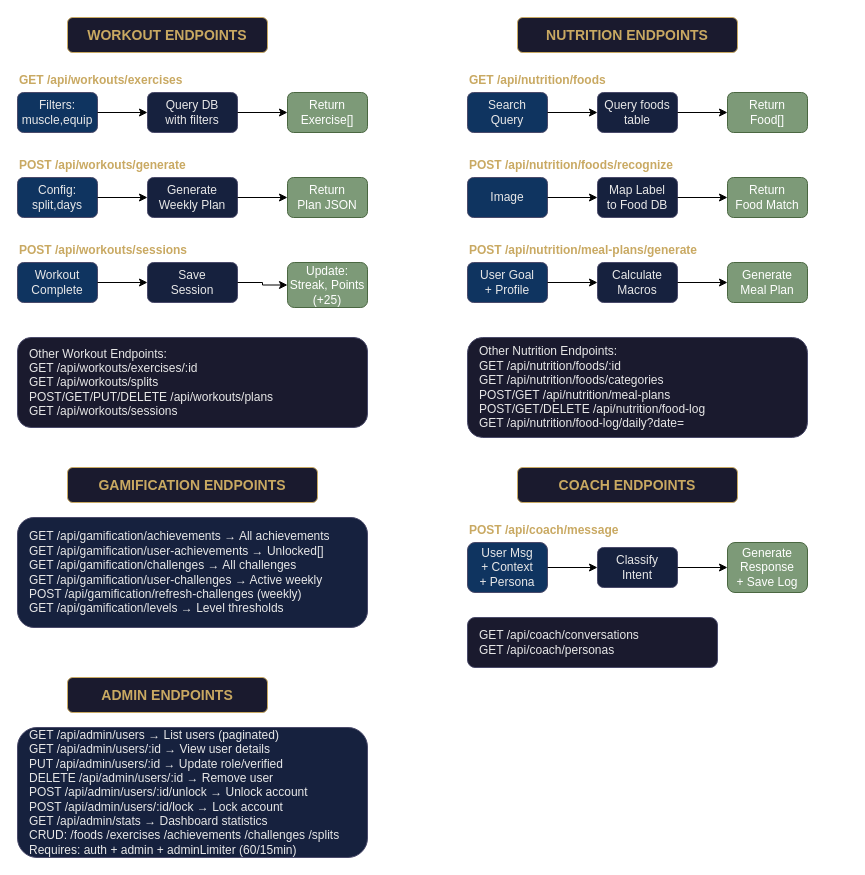
This is page "API - Workout Nutrition Coach Admin" (5 of 8) of BackEnd.drawio from Karlos-Karlos/Fix-it, a draw.io file, before an edit. Source tidied: cells renumbered, new cells numbered last; positions are measured from the earlier drawing's top-left corner, leaving out a move shared by most shapes. Both pictures are drawn from the tidied source at 100%, with x=0, y=0 at pixel (17, 17).
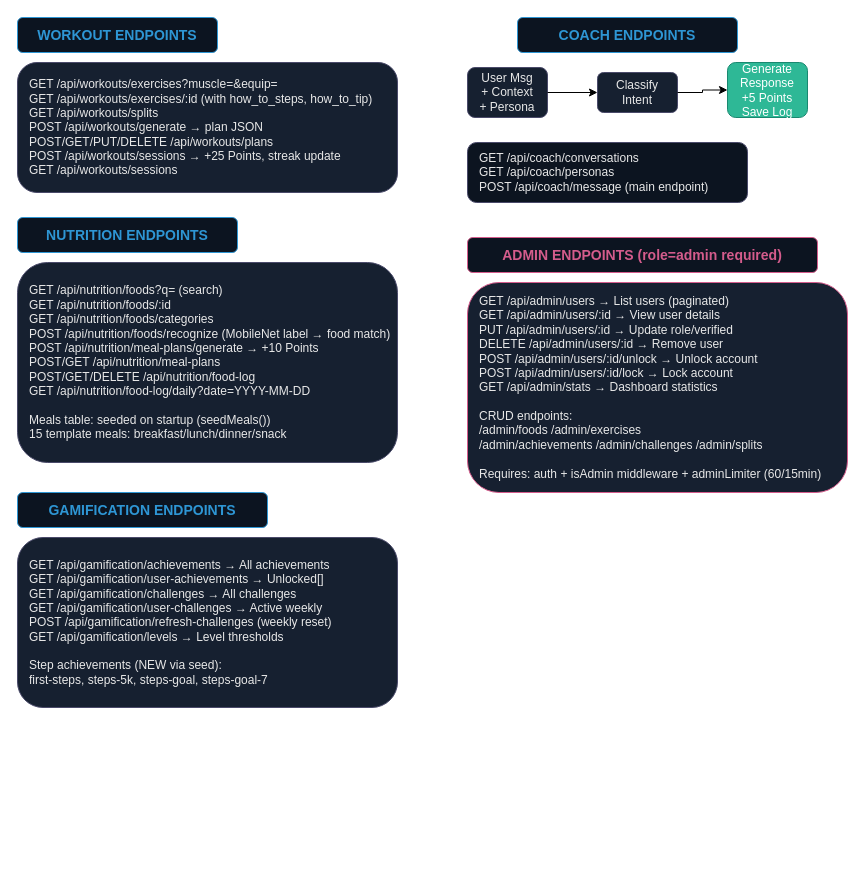
After the change.

Commit message (it also covers changes not shown here):
update FrontEnd.drawio and BackEnd.drawio to match current implementation

Change to the diagram source:
```diff
@@
-    <mxCell id="2" value="WORKOUT ENDPOINTS" style="rounded=1;whiteSpace=wrap;html=1;fontSize=14;fontStyle=1;fillColor=#1a1a2e;strokeColor=#c9a962;fontColor=#c9a962;" parent="1" vertex="1">
-      <mxGeometry x="50" width="200" height="35" as="geometry" />
+    <mxCell id="2" value="WORKOUT ENDPOINTS" style="rounded=1;whiteSpace=wrap;html=1;fontSize=14;fontStyle=1;fillColor=#0C1420;strokeColor=#2E96D4;fontColor=#2E96D4;" parent="1" vertex="1">
+      <mxGeometry width="200" height="35" as="geometry" />
     </mxCell>
-    <mxCell id="3" value="GET /api/workouts/exercises" style="text;html=1;strokeColor=none;fillColor=none;align=left;verticalAlign=middle;fontStyle=1;fontColor=#c9a962;" parent="1" vertex="1">
-      <mxGeometry y="50" width="200" height="25" as="geometry" />
-    </mxCell>
-    <mxCell id="4" value="Filters:&#10;muscle,equip" style="rounded=1;whiteSpace=wrap;html=1;fillColor=#0f3460;strokeColor=#4a4a6a;fontColor=#e8e8e8;" parent="1" vertex="1">
-      <mxGeometry y="75" width="80" height="40" as="geometry" />
-    </mxCell>
-    <mxCell id="5" value="Query DB&#10;with filters" style="rounded=1;whiteSpace=wrap;html=1;fillColor=#16213e;strokeColor=#4a4a6a;fontColor=#e8e8e8;" parent="1" vertex="1">
-      <mxGeometry x="130" y="75" width="90" height="40" as="geometry" />
-    </mxCell>
-    <mxCell id="6" value="Return&#10;Exercise[]" style="rounded=1;whiteSpace=wrap;html=1;fillColor=#7d9a78;strokeColor=#4a6741;fontColor=#ffffff;" parent="1" vertex="1">
-      <mxGeometry x="270" y="75" width="80" height="40" as="geometry" />
-    </mxCell>
-    <mxCell id="7" style="edgeStyle=orthogonalEdgeStyle;rounded=0;jettySize=auto;html=1;" parent="1" edge="1" source="4" target="5">
-      <mxGeometry relative="1" as="geometry" />
-    </mxCell>
-    <mxCell id="8" style="edgeStyle=orthogonalEdgeStyle;rounded=0;jettySize=auto;html=1;" parent="1" edge="1" source="5" target="6">
-      <mxGeometry relative="1" as="geometry" />
-    </mxCell>
-    <mxCell id="9" value="POST /api/workouts/generate" style="text;html=1;strokeColor=none;fillColor=none;align=left;verticalAlign=middle;fontStyle=1;fontColor=#c9a962;" parent="1" vertex="1">
-      <mxGeometry y="135" width="250" height="25" as="geometry" />
-    </mxCell>
-    <mxCell id="10" value="Config:&#10;split,days" style="rounded=1;whiteSpace=wrap;html=1;fillColor=#0f3460;strokeColor=#4a4a6a;fontColor=#e8e8e8;" parent="1" vertex="1">
-      <mxGeometry y="160" width="80" height="40" as="geometry" />
-    </mxCell>
-    <mxCell id="11" value="Generate&#10;Weekly Plan" style="rounded=1;whiteSpace=wrap;html=1;fillColor=#16213e;strokeColor=#4a4a6a;fontColor=#e8e8e8;" parent="1" vertex="1">
-      <mxGeometry x="130" y="160" width="90" height="40" as="geometry" />
-    </mxCell>
-    <mxCell id="12" value="Return&#10;Plan JSON" style="rounded=1;whiteSpace=wrap;html=1;fillColor=#7d9a78;strokeColor=#4a6741;fontColor=#ffffff;" parent="1" vertex="1">
-      <mxGeometry x="270" y="160" width="80" height="40" as="geometry" />
-    </mxCell>
-    <mxCell id="13" style="edgeStyle=orthogonalEdgeStyle;rounded=0;jettySize=auto;html=1;" parent="1" edge="1" source="10" target="11">
-      <mxGeometry relative="1" as="geometry" />
-    </mxCell>
-    <mxCell id="14" style="edgeStyle=orthogonalEdgeStyle;rounded=0;jettySize=auto;html=1;" parent="1" edge="1" source="11" target="12">
-      <mxGeometry relative="1" as="geometry" />
-    </mxCell>
-    <mxCell id="15" value="POST /api/workouts/sessions" style="text;html=1;strokeColor=none;fillColor=none;align=left;verticalAlign=middle;fontStyle=1;fontColor=#c9a962;" parent="1" vertex="1">
-      <mxGeometry y="220" width="250" height="25" as="geometry" />
-    </mxCell>
-    <mxCell id="16" value="Workout&#10;Complete" style="rounded=1;whiteSpace=wrap;html=1;fillColor=#0f3460;strokeColor=#4a4a6a;fontColor=#e8e8e8;" parent="1" vertex="1">
-      <mxGeometry y="245" width="80" height="40" as="geometry" />
-    </mxCell>
-    <mxCell id="17" value="Save&#10;Session" style="rounded=1;whiteSpace=wrap;html=1;fillColor=#16213e;strokeColor=#4a4a6a;fontColor=#e8e8e8;" parent="1" vertex="1">
-      <mxGeometry x="130" y="245" width="90" height="40" as="geometry" />
-    </mxCell>
-    <mxCell id="18" value="Update:&#10;Streak, Points&#10;(+25)" style="rounded=1;whiteSpace=wrap;html=1;fillColor=#7d9a78;strokeColor=#4a6741;fontColor=#ffffff;" parent="1" vertex="1">
-      <mxGeometry x="270" y="245" width="80" height="45" as="geometry" />
-    </mxCell>
-    <mxCell id="19" style="edgeStyle=orthogonalEdgeStyle;rounded=0;jettySize=auto;html=1;" parent="1" edge="1" source="16" target="17">
-      <mxGeometry relative="1" as="geometry" />
-    </mxCell>
-    <mxCell id="20" style="edgeStyle=orthogonalEdgeStyle;rounded=0;jettySize=auto;html=1;" parent="1" edge="1" source="17" target="18">
-      <mxGeometry relative="1" as="geometry" />
-    </mxCell>
-    <mxCell id="21" value="Other Workout Endpoints:&#10;GET /api/workouts/exercises/:id&#10;GET /api/workouts/splits&#10;POST/GET/PUT/DELETE /api/workouts/plans&#10;GET /api/workouts/sessions" style="rounded=1;whiteSpace=wrap;html=1;fillColor=#1a1a2e;strokeColor=#4a4a6a;fontColor=#e8e8e8;align=left;spacingLeft=10;" parent="1" vertex="1">
-      <mxGeometry y="320" width="350" height="90" as="geometry" />
-    </mxCell>
+    <mxCell id="54" value="GET  /api/workouts/exercises?muscle=&amp;equip=&#10;GET  /api/workouts/exercises/:id  (with how_to_steps, how_to_tip)&#10;GET  /api/workouts/splits&#10;POST /api/workouts/generate  → plan JSON&#10;POST/GET/PUT/DELETE /api/workouts/plans&#10;POST /api/workouts/sessions  → +25 Points, streak update&#10;GET  /api/workouts/sessions" style="rounded=1;whiteSpace=wrap;html=1;fillColor=#162030;strokeColor=#4a4a6a;fontColor=#e8e8e8;align=left;spacingLeft=10;" parent="1" vertex="1">
+      <mxGeometry y="45" width="380" height="130" as="geometry" />
+    </mxCell>
-    <mxCell id="22" value="NUTRITION ENDPOINTS" style="rounded=1;whiteSpace=wrap;html=1;fontSize=14;fontStyle=1;fillColor=#1a1a2e;strokeColor=#c9a962;fontColor=#c9a962;" parent="1" vertex="1">
-      <mxGeometry x="500" width="220" height="35" as="geometry" />
+    <mxCell id="22" value="NUTRITION ENDPOINTS" style="rounded=1;whiteSpace=wrap;html=1;fontSize=14;fontStyle=1;fillColor=#0C1420;strokeColor=#2E96D4;fontColor=#2E96D4;" parent="1" vertex="1">
+      <mxGeometry y="200" width="220" height="35" as="geometry" />
     </mxCell>
-    <mxCell id="23" value="GET /api/nutrition/foods" style="text;html=1;strokeColor=none;fillColor=none;align=left;verticalAlign=middle;fontStyle=1;fontColor=#c9a962;" parent="1" vertex="1">
-      <mxGeometry x="450" y="50" width="200" height="25" as="geometry" />
-    </mxCell>
-    <mxCell id="24" value="Search&#10;Query" style="rounded=1;whiteSpace=wrap;html=1;fillColor=#0f3460;strokeColor=#4a4a6a;fontColor=#e8e8e8;" parent="1" vertex="1">
-      <mxGeometry x="450" y="75" width="80" height="40" as="geometry" />
-    </mxCell>
-    <mxCell id="25" value="Query foods&#10;table" style="rounded=1;whiteSpace=wrap;html=1;fillColor=#16213e;strokeColor=#4a4a6a;fontColor=#e8e8e8;" parent="1" vertex="1">
-      <mxGeometry x="580" y="75" width="80" height="40" as="geometry" />
-    </mxCell>
-    <mxCell id="26" value="Return&#10;Food[]" style="rounded=1;whiteSpace=wrap;html=1;fillColor=#7d9a78;strokeColor=#4a6741;fontColor=#ffffff;" parent="1" vertex="1">
-      <mxGeometry x="710" y="75" width="80" height="40" as="geometry" />
-    </mxCell>
-    <mxCell id="27" style="edgeStyle=orthogonalEdgeStyle;rounded=0;jettySize=auto;html=1;" parent="1" edge="1" source="24" target="25">
-      <mxGeometry relative="1" as="geometry" />
-    </mxCell>
-    <mxCell id="28" style="edgeStyle=orthogonalEdgeStyle;rounded=0;jettySize=auto;html=1;" parent="1" edge="1" source="25" target="26">
-      <mxGeometry relative="1" as="geometry" />
-    </mxCell>
-    <mxCell id="29" value="POST /api/nutrition/foods/recognize" style="text;html=1;strokeColor=none;fillColor=none;align=left;verticalAlign=middle;fontStyle=1;fontColor=#c9a962;" parent="1" vertex="1">
-      <mxGeometry x="450" y="135" width="200" height="25" as="geometry" />
-    </mxCell>
-    <mxCell id="30" value="Image" style="rounded=1;whiteSpace=wrap;html=1;fillColor=#0f3460;strokeColor=#4a4a6a;fontColor=#e8e8e8;" parent="1" vertex="1">
-      <mxGeometry x="450" y="160" width="80" height="40" as="geometry" />
-    </mxCell>
-    <mxCell id="31" value="Map Label&#10;to Food DB" style="rounded=1;whiteSpace=wrap;html=1;fillColor=#16213e;strokeColor=#4a4a6a;fontColor=#e8e8e8;" parent="1" vertex="1">
-      <mxGeometry x="580" y="160" width="80" height="40" as="geometry" />
-    </mxCell>
-    <mxCell id="32" value="Return&#10;Food Match" style="rounded=1;whiteSpace=wrap;html=1;fillColor=#7d9a78;strokeColor=#4a6741;fontColor=#ffffff;" parent="1" vertex="1">
-      <mxGeometry x="710" y="160" width="80" height="40" as="geometry" />
-    </mxCell>
-    <mxCell id="33" style="edgeStyle=orthogonalEdgeStyle;rounded=0;jettySize=auto;html=1;" parent="1" edge="1" source="30" target="31">
-      <mxGeometry relative="1" as="geometry" />
-    </mxCell>
-    <mxCell id="34" style="edgeStyle=orthogonalEdgeStyle;rounded=0;jettySize=auto;html=1;" parent="1" edge="1" source="31" target="32">
-      <mxGeometry relative="1" as="geometry" />
-    </mxCell>
-    <mxCell id="35" value="POST /api/nutrition/meal-plans/generate" style="text;html=1;strokeColor=none;fillColor=none;align=left;verticalAlign=middle;fontStyle=1;fontColor=#c9a962;" parent="1" vertex="1">
-      <mxGeometry x="450" y="220" width="280" height="25" as="geometry" />
-    </mxCell>
-    <mxCell id="36" value="User Goal&#10;+ Profile" style="rounded=1;whiteSpace=wrap;html=1;fillColor=#0f3460;strokeColor=#4a4a6a;fontColor=#e8e8e8;" parent="1" vertex="1">
-      <mxGeometry x="450" y="245" width="80" height="40" as="geometry" />
-    </mxCell>
-    <mxCell id="37" value="Calculate&#10;Macros" style="rounded=1;whiteSpace=wrap;html=1;fillColor=#16213e;strokeColor=#4a4a6a;fontColor=#e8e8e8;" parent="1" vertex="1">
-      <mxGeometry x="580" y="245" width="80" height="40" as="geometry" />
-    </mxCell>
-    <mxCell id="38" value="Generate&#10;Meal Plan" style="rounded=1;whiteSpace=wrap;html=1;fillColor=#7d9a78;strokeColor=#4a6741;fontColor=#ffffff;" parent="1" vertex="1">
-      <mxGeometry x="710" y="245" width="80" height="40" as="geometry" />
-    </mxCell>
-    <mxCell id="39" style="edgeStyle=orthogonalEdgeStyle;rounded=0;jettySize=auto;html=1;" parent="1" edge="1" source="36" target="37">
-      <mxGeometry relative="1" as="geometry" />
-    </mxCell>
-    <mxCell id="40" style="edgeStyle=orthogonalEdgeStyle;rounded=0;jettySize=auto;html=1;" parent="1" edge="1" source="37" target="38">
-      <mxGeometry relative="1" as="geometry" />
-    </mxCell>
-    <mxCell id="41" value="Other Nutrition Endpoints:&#10;GET /api/nutrition/foods/:id&#10;GET /api/nutrition/foods/categories&#10;POST/GET /api/nutrition/meal-plans&#10;POST/GET/DELETE /api/nutrition/food-log&#10;GET /api/nutrition/food-log/daily?date=" style="rounded=1;whiteSpace=wrap;html=1;fillColor=#1a1a2e;strokeColor=#4a4a6a;fontColor=#e8e8e8;align=left;spacingLeft=10;" parent="1" vertex="1">
-      <mxGeometry x="450" y="320" width="340" height="100" as="geometry" />
-    </mxCell>
+    <mxCell id="55" value="GET  /api/nutrition/foods?q=  (search)&#10;GET  /api/nutrition/foods/:id&#10;GET  /api/nutrition/foods/categories&#10;POST /api/nutrition/foods/recognize  (MobileNet label → food match)&#10;POST /api/nutrition/meal-plans/generate  → +10 Points&#10;POST/GET /api/nutrition/meal-plans&#10;POST/GET/DELETE /api/nutrition/food-log&#10;GET  /api/nutrition/food-log/daily?date=YYYY-MM-DD&#10;&#10;Meals table: seeded on startup (seedMeals())&#10;15 template meals: breakfast/lunch/dinner/snack" style="rounded=1;whiteSpace=wrap;html=1;fillColor=#162030;strokeColor=#4a4a6a;fontColor=#e8e8e8;align=left;spacingLeft=10;" parent="1" vertex="1">
+      <mxGeometry y="245" width="380" height="200" as="geometry" />
+    </mxCell>
-    <mxCell id="42" value="GAMIFICATION ENDPOINTS" style="rounded=1;whiteSpace=wrap;html=1;fontSize=14;fontStyle=1;fillColor=#1a1a2e;strokeColor=#c9a962;fontColor=#c9a962;" parent="1" vertex="1">
-      <mxGeometry x="50" y="450" width="250" height="35" as="geometry" />
+    <mxCell id="42" value="GAMIFICATION ENDPOINTS" style="rounded=1;whiteSpace=wrap;html=1;fontSize=14;fontStyle=1;fillColor=#0C1420;strokeColor=#2E96D4;fontColor=#2E96D4;" parent="1" vertex="1">
+      <mxGeometry y="475" width="250" height="35" as="geometry" />
     </mxCell>
-    <mxCell id="43" value="GET /api/gamification/achievements → All achievements&#10;GET /api/gamification/user-achievements → Unlocked[]&#10;GET /api/gamification/challenges → All challenges&#10;GET /api/gamification/user-challenges → Active weekly&#10;POST /api/gamification/refresh-challenges (weekly)&#10;GET /api/gamification/levels → Level thresholds" style="rounded=1;whiteSpace=wrap;html=1;fillColor=#16213e;strokeColor=#4a4a6a;fontColor=#e8e8e8;align=left;spacingLeft=10;" parent="1" vertex="1">
-      <mxGeometry y="500" width="350" height="110" as="geometry" />
+    <mxCell id="43" value="GET  /api/gamification/achievements → All achievements&#10;GET  /api/gamification/user-achievements → Unlocked[]&#10;GET  /api/gamification/challenges → All challenges&#10;GET  /api/gamification/user-challenges → Active weekly&#10;POST /api/gamification/refresh-challenges (weekly reset)&#10;GET  /api/gamification/levels → Level thresholds&#10;&#10;Step achievements (NEW via seed):&#10;  first-steps, steps-5k, steps-goal, steps-goal-7" style="rounded=1;whiteSpace=wrap;html=1;fillColor=#162030;strokeColor=#4a4a6a;fontColor=#e8e8e8;align=left;spacingLeft=10;" parent="1" vertex="1">
+      <mxGeometry y="520" width="380" height="170" as="geometry" />
     </mxCell>
-    <mxCell id="44" value="COACH ENDPOINTS" style="rounded=1;whiteSpace=wrap;html=1;fontSize=14;fontStyle=1;fillColor=#1a1a2e;strokeColor=#c9a962;fontColor=#c9a962;" parent="1" vertex="1">
-      <mxGeometry x="500" y="450" width="220" height="35" as="geometry" />
+    <mxCell id="44" value="COACH ENDPOINTS" style="rounded=1;whiteSpace=wrap;html=1;fontSize=14;fontStyle=1;fillColor=#0C1420;strokeColor=#2E96D4;fontColor=#2E96D4;" parent="1" vertex="1">
+      <mxGeometry x="500" width="220" height="35" as="geometry" />
     </mxCell>
-    <mxCell id="45" value="POST /api/coach/message" style="text;html=1;strokeColor=none;fillColor=none;align=left;verticalAlign=middle;fontStyle=1;fontColor=#c9a962;" parent="1" vertex="1">
-      <mxGeometry x="450" y="500" width="200" height="25" as="geometry" />
-    </mxCell>
-    <mxCell id="46" value="User Msg&#10;+ Context&#10;+ Persona" style="rounded=1;whiteSpace=wrap;html=1;fillColor=#0f3460;strokeColor=#4a4a6a;fontColor=#e8e8e8;" parent="1" vertex="1">
-      <mxGeometry x="450" y="525" width="80" height="50" as="geometry" />
+    <mxCell id="46" value="User Msg&#10;+ Context&#10;+ Persona" style="rounded=1;whiteSpace=wrap;html=1;fillColor=#162030;strokeColor=#4a4a6a;fontColor=#e8e8e8;" parent="1" vertex="1">
+      <mxGeometry x="450" y="50" width="80" height="50" as="geometry" />
     </mxCell>
-    <mxCell id="47" value="Classify&#10;Intent" style="rounded=1;whiteSpace=wrap;html=1;fillColor=#16213e;strokeColor=#4a4a6a;fontColor=#e8e8e8;" parent="1" vertex="1">
-      <mxGeometry x="580" y="530" width="80" height="40" as="geometry" />
+    <mxCell id="47" value="Classify&#10;Intent" style="rounded=1;whiteSpace=wrap;html=1;fillColor=#162030;strokeColor=#4a4a6a;fontColor=#e8e8e8;" parent="1" vertex="1">
+      <mxGeometry x="580" y="55" width="80" height="40" as="geometry" />
     </mxCell>
-    <mxCell id="48" value="Generate&#10;Response&#10;+ Save Log" style="rounded=1;whiteSpace=wrap;html=1;fillColor=#7d9a78;strokeColor=#4a6741;fontColor=#ffffff;" parent="1" vertex="1">
-      <mxGeometry x="710" y="525" width="80" height="50" as="geometry" />
+    <mxCell id="48" value="Generate&#10;Response&#10;+5 Points&#10;Save Log" style="rounded=1;whiteSpace=wrap;html=1;fillColor=#2EB896;strokeColor=#1a8870;fontColor=#ffffff;" parent="1" vertex="1">
+      <mxGeometry x="710" y="45" width="80" height="55" as="geometry" />
     </mxCell>
@@
-    <mxCell id="51" value="GET /api/coach/conversations&#10;GET /api/coach/personas" style="rounded=1;whiteSpace=wrap;html=1;fillColor=#1a1a2e;strokeColor=#4a4a6a;fontColor=#e8e8e8;align=left;spacingLeft=10;" parent="1" vertex="1">
-      <mxGeometry x="450" y="600" width="250" height="50" as="geometry" />
+    <mxCell id="51" value="GET /api/coach/conversations&#10;GET /api/coach/personas&#10;POST /api/coach/message  (main endpoint)" style="rounded=1;whiteSpace=wrap;html=1;fillColor=#0C1420;strokeColor=#4a4a6a;fontColor=#e8e8e8;align=left;spacingLeft=10;" parent="1" vertex="1">
+      <mxGeometry x="450" y="125" width="280" height="60" as="geometry" />
     </mxCell>
-    <mxCell id="52" value="ADMIN ENDPOINTS" style="rounded=1;whiteSpace=wrap;html=1;fontSize=14;fontStyle=1;fillColor=#1a1a2e;strokeColor=#c9a962;fontColor=#c9a962;" parent="1" vertex="1">
-      <mxGeometry x="50" y="660" width="200" height="35" as="geometry" />
+    <mxCell id="52" value="ADMIN ENDPOINTS  (role=admin required)" style="rounded=1;whiteSpace=wrap;html=1;fontSize=14;fontStyle=1;fillColor=#0C1420;strokeColor=#D45C8C;fontColor=#D45C8C;" parent="1" vertex="1">
+      <mxGeometry x="450" y="220" width="350" height="35" as="geometry" />
     </mxCell>
-    <mxCell id="53" value="GET /api/admin/users → List users (paginated)&#10;GET /api/admin/users/:id → View user details&#10;PUT /api/admin/users/:id → Update role/verified&#10;DELETE /api/admin/users/:id → Remove user&#10;POST /api/admin/users/:id/unlock → Unlock account&#10;POST /api/admin/users/:id/lock → Lock account&#10;GET /api/admin/stats → Dashboard statistics&#10;CRUD: /foods /exercises /achievements /challenges /splits&#10;Requires: auth + admin + adminLimiter (60/15min)" style="rounded=1;whiteSpace=wrap;html=1;fillColor=#16213e;strokeColor=#4a4a6a;fontColor=#e8e8e8;align=left;spacingLeft=10;" parent="1" vertex="1">
-      <mxGeometry y="710" width="350" height="130" as="geometry" />
+    <mxCell id="53" value="GET    /api/admin/users             → List users (paginated)&#10;GET    /api/admin/users/:id         → View user details&#10;PUT    /api/admin/users/:id         → Update role/verified&#10;DELETE /api/admin/users/:id         → Remove user&#10;POST   /api/admin/users/:id/unlock  → Unlock account&#10;POST   /api/admin/users/:id/lock    → Lock account&#10;GET    /api/admin/stats             → Dashboard statistics&#10;&#10;CRUD endpoints:&#10;  /admin/foods  /admin/exercises&#10;  /admin/achievements  /admin/challenges  /admin/splits&#10;&#10;Requires: auth + isAdmin middleware + adminLimiter (60/15min)" style="rounded=1;whiteSpace=wrap;html=1;fillColor=#162030;strokeColor=#D45C8C;fontColor=#e8e8e8;align=left;spacingLeft=10;" parent="1" vertex="1">
+      <mxGeometry x="450" y="265" width="380" height="210" as="geometry" />
     </mxCell>
```
